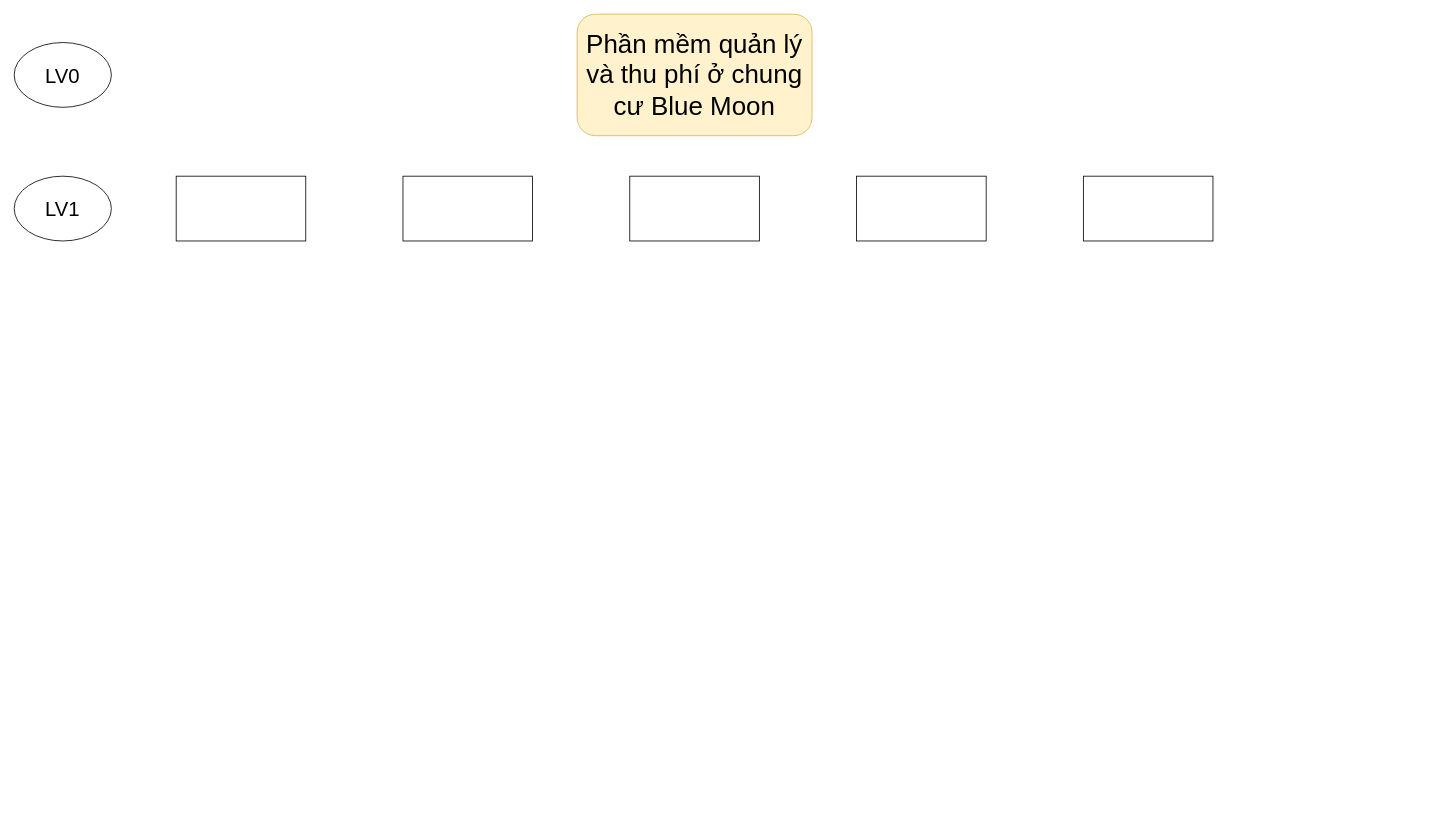
Above: Biểu đồ không có tiêu đề.drawio in HARKINGS/UML (draw.io), before the change. Source tidied: cells renumbered, new cells numbered last; positions are measured from the earlier drawing's top-left corner, leaving out a move shared by most shapes. Both pictures are drawn from the tidied source at 81%, with x=0, y=0 at pixel (14, 14).
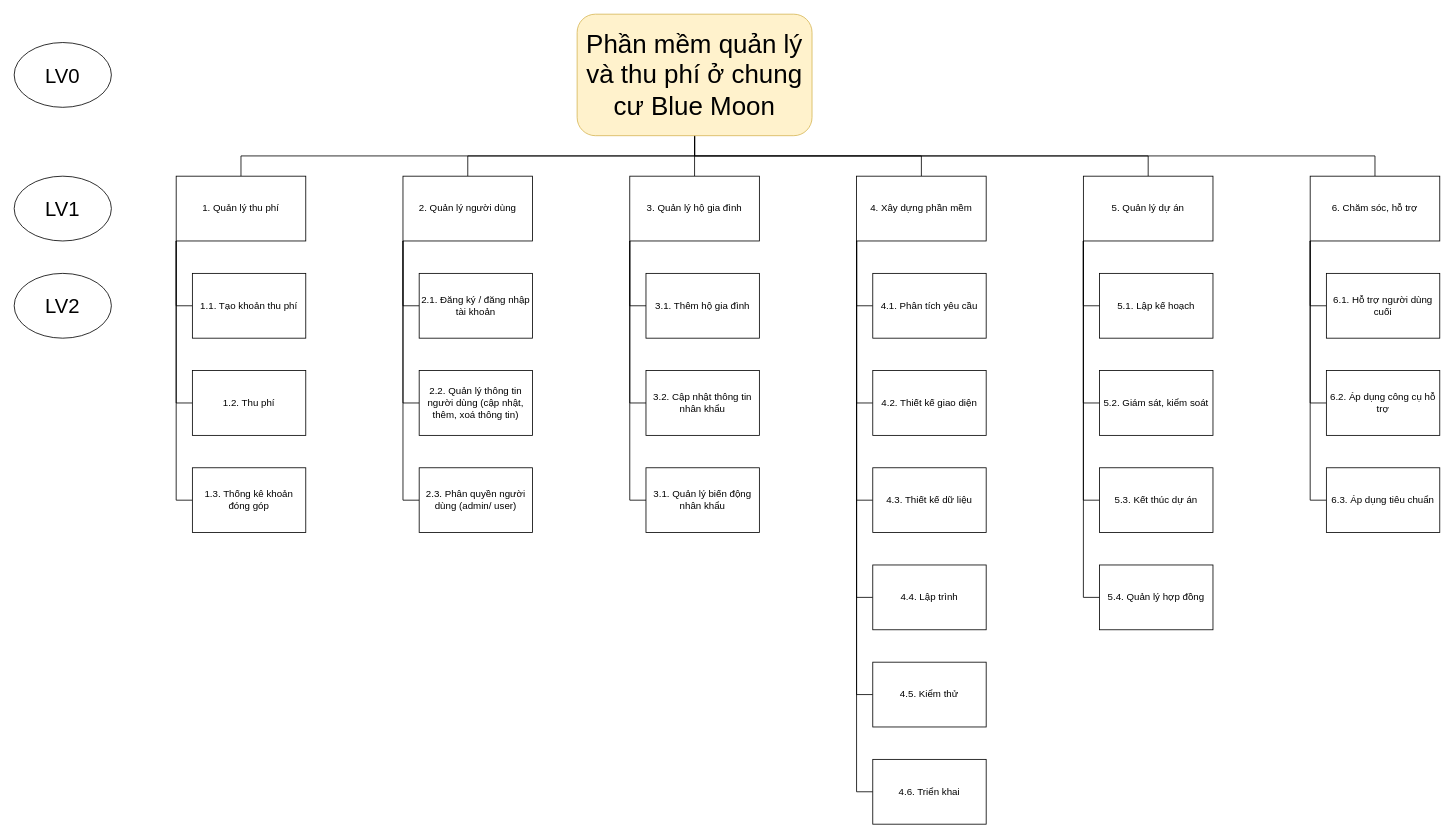
The same diagram, later.

Commit message (it also covers changes not shown here):
Cập nhật Biểu đồ không có tiêu đề.drawio

Unchanged cells that the change refers to:
```xml
<mxCell id="2" value="&lt;div&gt;&lt;span style=&quot;font-size: 32px; background-color: initial;&quot;&gt;Phần mềm quản lý và thu phí ở chung cư Blue Moon&lt;/span&gt;&lt;br&gt;&lt;/div&gt;" style="rounded=1;whiteSpace=wrap;html=1;fillColor=#fff2cc;strokeColor=#d6b656;" parent="1" vertex="1">
  <mxGeometry x="695" width="290" height="150" as="geometry" />
</mxCell>
```

What changed in the source:
```diff
@@
+    <mxCell id="10" style="edgeStyle=orthogonalEdgeStyle;rounded=0;jettySize=auto;html=1;exitX=0.5;exitY=1;exitDx=0;exitDy=0;entryX=0.5;entryY=0;entryDx=0;entryDy=0;endArrow=none;endFill=0;" parent="1" edge="1" source="2" target="5">
+      <mxGeometry relative="1" as="geometry" />
+    </mxCell>
+    <mxCell id="11" style="edgeStyle=orthogonalEdgeStyle;rounded=0;jettySize=auto;html=1;exitX=0.5;exitY=1;exitDx=0;exitDy=0;entryX=0.5;entryY=0;entryDx=0;entryDy=0;endArrow=none;endFill=0;" parent="1" edge="1" source="2" target="3">
+      <mxGeometry relative="1" as="geometry" />
+    </mxCell>
+    <mxCell id="12" style="edgeStyle=orthogonalEdgeStyle;rounded=0;jettySize=auto;html=1;exitX=0.5;exitY=1;exitDx=0;exitDy=0;entryX=0.5;entryY=0;entryDx=0;entryDy=0;endArrow=none;endFill=0;" parent="1" edge="1" source="2" target="4">
+      <mxGeometry relative="1" as="geometry" />
+    </mxCell>
+    <mxCell id="13" style="edgeStyle=orthogonalEdgeStyle;rounded=0;jettySize=auto;html=1;exitX=0.5;exitY=1;exitDx=0;exitDy=0;entryX=0.5;entryY=0;entryDx=0;entryDy=0;endArrow=none;endFill=0;" parent="1" edge="1" source="2" target="6">
+      <mxGeometry relative="1" as="geometry" />
+    </mxCell>
+    <mxCell id="14" style="edgeStyle=orthogonalEdgeStyle;rounded=0;jettySize=auto;html=1;exitX=0.5;exitY=1;exitDx=0;exitDy=0;entryX=0.5;entryY=0;entryDx=0;entryDy=0;endArrow=none;endFill=0;" parent="1" edge="1" source="2" target="7">
+      <mxGeometry relative="1" as="geometry" />
+    </mxCell>
+    <mxCell id="15" style="edgeStyle=orthogonalEdgeStyle;rounded=0;jettySize=auto;html=1;exitX=0.5;exitY=1;exitDx=0;exitDy=0;entryX=0.5;entryY=0;entryDx=0;entryDy=0;endArrow=none;endFill=0;" parent="1" edge="1" source="2" target="53">
+      <mxGeometry relative="1" as="geometry" />
+    </mxCell>
@@
+    <mxCell id="16" style="edgeStyle=orthogonalEdgeStyle;rounded=0;jettySize=auto;html=1;exitX=0;exitY=1;exitDx=0;exitDy=0;entryX=0;entryY=0.5;entryDx=0;entryDy=0;endArrow=none;endFill=0;" parent="1" edge="1" source="3" target="35">
+      <mxGeometry relative="1" as="geometry" />
+    </mxCell>
+    <mxCell id="17" style="edgeStyle=orthogonalEdgeStyle;rounded=0;jettySize=auto;html=1;exitX=0;exitY=1;exitDx=0;exitDy=0;entryX=0;entryY=0.5;entryDx=0;entryDy=0;endArrow=none;endFill=0;" parent="1" edge="1" source="3" target="37">
+      <mxGeometry relative="1" as="geometry" />
+    </mxCell>
+    <mxCell id="18" style="edgeStyle=orthogonalEdgeStyle;rounded=0;jettySize=auto;html=1;exitX=0;exitY=1;exitDx=0;exitDy=0;entryX=0;entryY=0.5;entryDx=0;entryDy=0;endArrow=none;endFill=0;" parent="1" edge="1" source="3" target="36">
+      <mxGeometry relative="1" as="geometry" />
+    </mxCell>
-    <mxCell id="3" style="rounded=0;whiteSpace=wrap;html=1;" parent="1" vertex="1">
+    <mxCell id="3" value="1. Quản lý thu phí" style="rounded=0;whiteSpace=wrap;html=1;" parent="1" vertex="1">
       <mxGeometry x="200" y="200" width="160" height="80" as="geometry" />
     </mxCell>
+    <mxCell id="19" style="edgeStyle=orthogonalEdgeStyle;rounded=0;jettySize=auto;html=1;exitX=0;exitY=1;exitDx=0;exitDy=0;entryX=0;entryY=0.5;entryDx=0;entryDy=0;endArrow=none;endFill=0;" parent="1" edge="1" source="4" target="38">
+      <mxGeometry relative="1" as="geometry" />
+    </mxCell>
+    <mxCell id="20" style="edgeStyle=orthogonalEdgeStyle;rounded=0;jettySize=auto;html=1;exitX=0;exitY=1;exitDx=0;exitDy=0;entryX=0;entryY=0.5;entryDx=0;entryDy=0;endArrow=none;endFill=0;" parent="1" edge="1" source="4" target="40">
+      <mxGeometry relative="1" as="geometry" />
+    </mxCell>
+    <mxCell id="21" style="edgeStyle=orthogonalEdgeStyle;rounded=0;jettySize=auto;html=1;exitX=0;exitY=1;exitDx=0;exitDy=0;entryX=0;entryY=0.5;entryDx=0;entryDy=0;endArrow=none;endFill=0;" parent="1" edge="1" source="4" target="39">
+      <mxGeometry relative="1" as="geometry" />
+    </mxCell>
-    <mxCell id="4" style="rounded=0;whiteSpace=wrap;html=1;" parent="1" vertex="1">
+    <mxCell id="4" value="2. Quản lý người dùng" style="rounded=0;whiteSpace=wrap;html=1;" parent="1" vertex="1">
       <mxGeometry x="480" y="200" width="160" height="80" as="geometry" />
     </mxCell>
+    <mxCell id="22" style="edgeStyle=orthogonalEdgeStyle;rounded=0;jettySize=auto;html=1;exitX=0;exitY=1;exitDx=0;exitDy=0;entryX=0;entryY=0.5;entryDx=0;entryDy=0;endArrow=none;endFill=0;" parent="1" edge="1" source="5" target="41">
+      <mxGeometry relative="1" as="geometry" />
+    </mxCell>
+    <mxCell id="23" style="edgeStyle=orthogonalEdgeStyle;rounded=0;jettySize=auto;html=1;exitX=0;exitY=1;exitDx=0;exitDy=0;entryX=0;entryY=0.5;entryDx=0;entryDy=0;endArrow=none;endFill=0;" parent="1" edge="1" source="5" target="43">
+      <mxGeometry relative="1" as="geometry" />
+    </mxCell>
+    <mxCell id="24" style="edgeStyle=orthogonalEdgeStyle;rounded=0;jettySize=auto;html=1;exitX=0;exitY=1;exitDx=0;exitDy=0;entryX=0;entryY=0.5;entryDx=0;entryDy=0;endArrow=none;endFill=0;" parent="1" edge="1" source="5" target="42">
+      <mxGeometry relative="1" as="geometry" />
+    </mxCell>
-    <mxCell id="5" style="rounded=0;whiteSpace=wrap;html=1;" parent="1" vertex="1">
+    <mxCell id="5" value="3. Quản lý hộ gia đình" style="rounded=0;whiteSpace=wrap;html=1;" parent="1" vertex="1">
       <mxGeometry x="760" y="200" width="160" height="80" as="geometry" />
     </mxCell>
+    <mxCell id="25" style="edgeStyle=orthogonalEdgeStyle;rounded=0;jettySize=auto;html=1;exitX=0;exitY=1;exitDx=0;exitDy=0;entryX=0;entryY=0.5;entryDx=0;entryDy=0;endArrow=none;endFill=0;" parent="1" edge="1" source="6" target="44">
+      <mxGeometry relative="1" as="geometry" />
+    </mxCell>
+    <mxCell id="26" style="edgeStyle=orthogonalEdgeStyle;rounded=0;jettySize=auto;html=1;exitX=0;exitY=1;exitDx=0;exitDy=0;entryX=0;entryY=0.5;entryDx=0;entryDy=0;endArrow=none;endFill=0;" parent="1" edge="1" source="6" target="46">
+      <mxGeometry relative="1" as="geometry" />
+    </mxCell>
+    <mxCell id="27" style="edgeStyle=orthogonalEdgeStyle;rounded=0;jettySize=auto;html=1;exitX=0;exitY=1;exitDx=0;exitDy=0;entryX=0;entryY=0.5;entryDx=0;entryDy=0;endArrow=none;endFill=0;" parent="1" edge="1" source="6" target="45">
+      <mxGeometry relative="1" as="geometry" />
+    </mxCell>
+    <mxCell id="28" style="edgeStyle=orthogonalEdgeStyle;rounded=0;jettySize=auto;html=1;exitX=0;exitY=1;exitDx=0;exitDy=0;entryX=0;entryY=0.5;entryDx=0;entryDy=0;endArrow=none;endFill=0;" parent="1" edge="1" source="6" target="47">
+      <mxGeometry relative="1" as="geometry" />
+    </mxCell>
+    <mxCell id="29" style="edgeStyle=orthogonalEdgeStyle;rounded=0;jettySize=auto;html=1;exitX=0;exitY=1;exitDx=0;exitDy=0;entryX=0;entryY=0.5;entryDx=0;entryDy=0;endArrow=none;endFill=0;" parent="1" edge="1" source="6" target="48">
+      <mxGeometry relative="1" as="geometry" />
+    </mxCell>
+    <mxCell id="30" style="edgeStyle=orthogonalEdgeStyle;rounded=0;jettySize=auto;html=1;exitX=0;exitY=1;exitDx=0;exitDy=0;entryX=0;entryY=0.5;entryDx=0;entryDy=0;endArrow=none;endFill=0;" parent="1" edge="1" source="6" target="49">
+      <mxGeometry relative="1" as="geometry" />
+    </mxCell>
-    <mxCell id="6" style="rounded=0;whiteSpace=wrap;html=1;" parent="1" vertex="1">
+    <mxCell id="6" value="4. Xây dựng phần mềm" style="rounded=0;whiteSpace=wrap;html=1;" parent="1" vertex="1">
       <mxGeometry x="1040" y="200" width="160" height="80" as="geometry" />
     </mxCell>
+    <mxCell id="31" style="edgeStyle=orthogonalEdgeStyle;rounded=0;jettySize=auto;html=1;exitX=0;exitY=1;exitDx=0;exitDy=0;entryX=0;entryY=0.5;entryDx=0;entryDy=0;endArrow=none;endFill=0;" parent="1" edge="1" source="7" target="54">
+      <mxGeometry relative="1" as="geometry" />
+    </mxCell>
+    <mxCell id="32" style="edgeStyle=orthogonalEdgeStyle;rounded=0;jettySize=auto;html=1;exitX=0;exitY=1;exitDx=0;exitDy=0;entryX=0;entryY=0.5;entryDx=0;entryDy=0;endArrow=none;endFill=0;" parent="1" edge="1" source="7" target="57">
+      <mxGeometry relative="1" as="geometry" />
+    </mxCell>
+    <mxCell id="33" style="edgeStyle=orthogonalEdgeStyle;rounded=0;jettySize=auto;html=1;exitX=0;exitY=1;exitDx=0;exitDy=0;entryX=0;entryY=0.5;entryDx=0;entryDy=0;endArrow=none;endFill=0;" parent="1" edge="1" source="7" target="56">
+      <mxGeometry relative="1" as="geometry" />
+    </mxCell>
+    <mxCell id="34" style="edgeStyle=orthogonalEdgeStyle;rounded=0;jettySize=auto;html=1;exitX=0;exitY=1;exitDx=0;exitDy=0;entryX=0;entryY=0.5;entryDx=0;entryDy=0;endArrow=none;endFill=0;" parent="1" edge="1" source="7" target="55">
+      <mxGeometry relative="1" as="geometry" />
+    </mxCell>
-    <mxCell id="7" style="rounded=0;whiteSpace=wrap;html=1;" parent="1" vertex="1">
+    <mxCell id="7" value="5. Quản lý dự án" style="rounded=0;whiteSpace=wrap;html=1;" parent="1" vertex="1">
       <mxGeometry x="1320" y="200" width="160" height="80" as="geometry" />
     </mxCell>
@@
+    <mxCell id="35" value="1.1. Tạo khoản thu phí" style="rounded=0;whiteSpace=wrap;html=1;" parent="1" vertex="1">
+      <mxGeometry x="220" y="320" width="140" height="80" as="geometry" />
+    </mxCell>
+    <mxCell id="36" value="1.3. Thống kê khoản đóng góp" style="rounded=0;whiteSpace=wrap;html=1;" parent="1" vertex="1">
+      <mxGeometry x="220" y="560" width="140" height="80" as="geometry" />
+    </mxCell>
+    <mxCell id="37" value="1.2. Thu phí" style="rounded=0;whiteSpace=wrap;html=1;" parent="1" vertex="1">
+      <mxGeometry x="220" y="440" width="140" height="80" as="geometry" />
+    </mxCell>
+    <mxCell id="38" value="2.1. Đăng ký / đăng nhập tài khoản" style="rounded=0;whiteSpace=wrap;html=1;" parent="1" vertex="1">
+      <mxGeometry x="500" y="320" width="140" height="80" as="geometry" />
+    </mxCell>
+    <mxCell id="39" value="2.3. Phân quyền người dùng (admin/ user)" style="rounded=0;whiteSpace=wrap;html=1;" parent="1" vertex="1">
+      <mxGeometry x="500" y="560" width="140" height="80" as="geometry" />
+    </mxCell>
+    <mxCell id="40" value="2.2. Quản lý thông tin người dùng (cập nhật, thêm, xoá thông tin)" style="rounded=0;whiteSpace=wrap;html=1;" parent="1" vertex="1">
+      <mxGeometry x="500" y="440" width="140" height="80" as="geometry" />
+    </mxCell>
+    <mxCell id="41" value="3.1. Thêm hộ gia đình" style="rounded=0;whiteSpace=wrap;html=1;" parent="1" vertex="1">
+      <mxGeometry x="780" y="320" width="140" height="80" as="geometry" />
+    </mxCell>
+    <mxCell id="42" value="3.1. Quản lý biến động nhân khẩu" style="rounded=0;whiteSpace=wrap;html=1;" parent="1" vertex="1">
+      <mxGeometry x="780" y="560" width="140" height="80" as="geometry" />
+    </mxCell>
+    <mxCell id="43" value="3.2. Cập nhật thông tin nhân khẩu" style="rounded=0;whiteSpace=wrap;html=1;" parent="1" vertex="1">
+      <mxGeometry x="780" y="440" width="140" height="80" as="geometry" />
+    </mxCell>
+    <mxCell id="44" value="4.1. Phân tích yêu cầu" style="rounded=0;whiteSpace=wrap;html=1;" parent="1" vertex="1">
+      <mxGeometry x="1060" y="320" width="140" height="80" as="geometry" />
+    </mxCell>
+    <mxCell id="45" value="4.3. Thiết kế dữ liệu" style="rounded=0;whiteSpace=wrap;html=1;" parent="1" vertex="1">
+      <mxGeometry x="1060" y="560" width="140" height="80" as="geometry" />
+    </mxCell>
+    <mxCell id="46" value="4.2. Thiết kế giao diện" style="rounded=0;whiteSpace=wrap;html=1;" parent="1" vertex="1">
+      <mxGeometry x="1060" y="440" width="140" height="80" as="geometry" />
+    </mxCell>
+    <mxCell id="47" value="4.4. Lập trình" style="rounded=0;whiteSpace=wrap;html=1;" parent="1" vertex="1">
+      <mxGeometry x="1060" y="680" width="140" height="80" as="geometry" />
+    </mxCell>
+    <mxCell id="48" value="4.5. Kiểm thử" style="rounded=0;whiteSpace=wrap;html=1;" parent="1" vertex="1">
+      <mxGeometry x="1060" y="800" width="140" height="80" as="geometry" />
+    </mxCell>
+    <mxCell id="49" value="4.6. Triển khai" style="rounded=0;whiteSpace=wrap;html=1;" parent="1" vertex="1">
+      <mxGeometry x="1060" y="920" width="140" height="80" as="geometry" />
+    </mxCell>
+    <mxCell id="50" style="edgeStyle=orthogonalEdgeStyle;rounded=0;jettySize=auto;html=1;exitX=0;exitY=1;exitDx=0;exitDy=0;entryX=0;entryY=0.5;entryDx=0;entryDy=0;endArrow=none;endFill=0;" parent="1" edge="1" source="53" target="58">
+      <mxGeometry relative="1" as="geometry" />
+    </mxCell>
+    <mxCell id="51" style="edgeStyle=orthogonalEdgeStyle;rounded=0;jettySize=auto;html=1;exitX=0;exitY=1;exitDx=0;exitDy=0;entryX=0;entryY=0.5;entryDx=0;entryDy=0;endArrow=none;endFill=0;" parent="1" edge="1" source="53" target="60">
+      <mxGeometry relative="1" as="geometry" />
+    </mxCell>
+    <mxCell id="52" style="edgeStyle=orthogonalEdgeStyle;rounded=0;jettySize=auto;html=1;exitX=0;exitY=1;exitDx=0;exitDy=0;entryX=0;entryY=0.5;entryDx=0;entryDy=0;endArrow=none;endFill=0;" parent="1" edge="1" source="53" target="59">
+      <mxGeometry relative="1" as="geometry" />
+    </mxCell>
+    <mxCell id="53" value="6. Chăm sóc, hỗ trợ" style="rounded=0;whiteSpace=wrap;html=1;" parent="1" vertex="1">
+      <mxGeometry x="1600" y="200" width="160" height="80" as="geometry" />
+    </mxCell>
+    <mxCell id="54" value="5.1. Lập kế hoạch" style="rounded=0;whiteSpace=wrap;html=1;" parent="1" vertex="1">
+      <mxGeometry x="1340" y="320" width="140" height="80" as="geometry" />
+    </mxCell>
+    <mxCell id="55" value="5.4. Quản lý hợp đồng" style="rounded=0;whiteSpace=wrap;html=1;" parent="1" vertex="1">
+      <mxGeometry x="1340" y="680" width="140" height="80" as="geometry" />
+    </mxCell>
+    <mxCell id="56" value="5.3. Kết thúc dự án" style="rounded=0;whiteSpace=wrap;html=1;" parent="1" vertex="1">
+      <mxGeometry x="1340" y="560" width="140" height="80" as="geometry" />
+    </mxCell>
+    <mxCell id="57" value="5.2. Giám sát, kiểm soát" style="rounded=0;whiteSpace=wrap;html=1;" parent="1" vertex="1">
+      <mxGeometry x="1340" y="440" width="140" height="80" as="geometry" />
+    </mxCell>
+    <mxCell id="58" value="6.1. Hỗ trợ người dùng cuối" style="rounded=0;whiteSpace=wrap;html=1;" parent="1" vertex="1">
+      <mxGeometry x="1620" y="320" width="140" height="80" as="geometry" />
+    </mxCell>
+    <mxCell id="59" value="6.3. Áp dụng tiêu chuẩn" style="rounded=0;whiteSpace=wrap;html=1;" parent="1" vertex="1">
+      <mxGeometry x="1620" y="560" width="140" height="80" as="geometry" />
+    </mxCell>
+    <mxCell id="60" value="6.2. Áp dụng công cụ hỗ trợ" style="rounded=0;whiteSpace=wrap;html=1;" parent="1" vertex="1">
+      <mxGeometry x="1620" y="440" width="140" height="80" as="geometry" />
+    </mxCell>
+    <mxCell id="61" value="&lt;span style=&quot;font-size: 25px;&quot;&gt;LV2&lt;/span&gt;" style="ellipse;whiteSpace=wrap;html=1;" parent="1" vertex="1">
+      <mxGeometry y="320" width="120" height="80" as="geometry" />
+    </mxCell>
```
